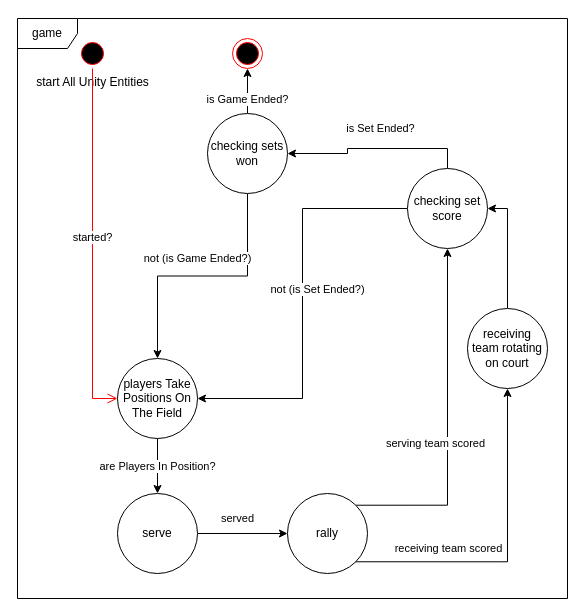
The draw.io diagram Project/Documentation/Diagrams/game.drawio in mikymaione/Folie, before the edit. Source tidied: cells renumbered, new cells numbered last; positions are measured from the earlier drawing's top-left corner, leaving out a move shared by most shapes. Both pictures are drawn from the tidied source at 100%, with x=0, y=0 at pixel (17, 18).
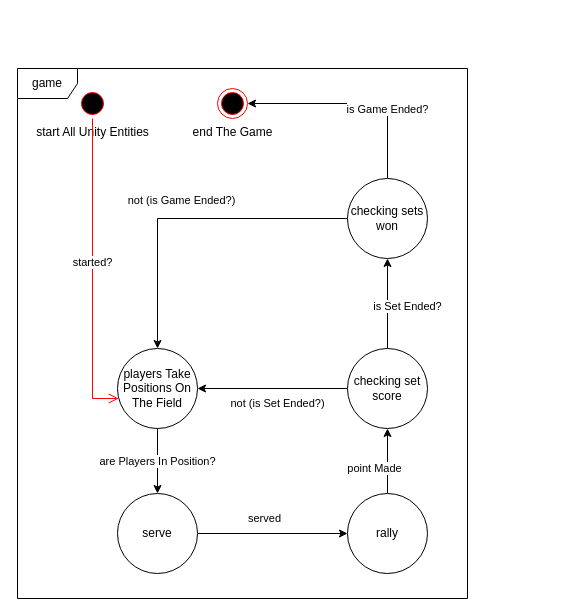
The same diagram, later.

Commit message (it also covers changes not shown here):
modifiche diagrammi

The edit, as a diff of the source:
```diff
@@
     <mxCell id="2" value="game" style="shape=umlFrame;whiteSpace=wrap;html=1;" parent="1" vertex="1">
-      <mxGeometry width="550" height="580" as="geometry" />
+      <mxGeometry y="50" width="450" height="530" as="geometry" />
     </mxCell>
@@
     <mxCell id="5" value="players Take Positions On The Field" style="ellipse;whiteSpace=wrap;html=1;" parent="1" vertex="1">
-      <mxGeometry x="100" y="340" width="80" height="80" as="geometry" />
+      <mxGeometry x="100" y="330" width="80" height="80" as="geometry" />
     </mxCell>
-    <mxCell id="6" value="serving team scored" style="edgeStyle=orthogonalEdgeStyle;rounded=0;jettySize=auto;html=1;exitX=1;exitY=0;exitDx=0;exitDy=0;strokeColor=#000000;entryX=0.5;entryY=1;entryDx=0;entryDy=0;" parent="1" edge="1" source="8" target="16">
-      <mxGeometry x="-0.12" y="12" relative="1" as="geometry" />
-    </mxCell>
-    <mxCell id="7" value="receiving team scored" style="edgeStyle=orthogonalEdgeStyle;rounded=0;jettySize=auto;html=1;exitX=0;exitY=1;exitDx=0;exitDy=0;entryX=0.5;entryY=1;entryDx=0;entryDy=0;strokeColor=#000000;" parent="1" edge="1" source="8" target="10">
+    <mxCell id="7" value="point Made" style="edgeStyle=orthogonalEdgeStyle;rounded=0;jettySize=auto;html=1;strokeColor=#000000;" parent="1" edge="1" source="8" target="16">
       <mxGeometry x="-0.22" y="13" relative="1" as="geometry" />
     </mxCell>
     <mxCell id="8" value="rally" style="ellipse;whiteSpace=wrap;html=1;" parent="1" vertex="1">
-      <mxGeometry x="270" y="475" width="80" height="80" as="geometry" />
+      <mxGeometry x="330" y="475" width="80" height="80" as="geometry" />
     </mxCell>
-    <mxCell id="9" style="edgeStyle=orthogonalEdgeStyle;rounded=0;jettySize=auto;html=1;exitX=0.5;exitY=0;exitDx=0;exitDy=0;entryX=1;entryY=0.5;entryDx=0;entryDy=0;strokeColor=#000000;" parent="1" edge="1" source="10" target="16">
-      <mxGeometry relative="1" as="geometry" />
-    </mxCell>
-    <mxCell id="10" value="receiving team rotating on court" style="ellipse;whiteSpace=wrap;html=1;" parent="1" vertex="1">
-      <mxGeometry x="450" y="290" width="80" height="80" as="geometry" />
-    </mxCell>
-    <mxCell id="11" value="is Game Ended?" style="edgeStyle=orthogonalEdgeStyle;rounded=0;jettySize=auto;html=1;exitX=0.5;exitY=0;exitDx=0;exitDy=0;strokeColor=#000000;" parent="1" edge="1" source="13" target="17">
+    <mxCell id="11" value="is Game Ended?" style="edgeStyle=orthogonalEdgeStyle;rounded=0;jettySize=auto;html=1;exitX=0.5;exitY=0;exitDx=0;exitDy=0;strokeColor=#000000;entryX=1;entryY=0.5;entryDx=0;entryDy=0;" parent="1" edge="1" source="13" target="17">
       <mxGeometry x="-0.36" relative="1" as="geometry" />
     </mxCell>
-    <mxCell id="12" value="not (is Game Ended?)" style="edgeStyle=orthogonalEdgeStyle;rounded=0;jettySize=auto;html=1;exitX=0.5;exitY=1;exitDx=0;exitDy=0;strokeColor=#000000;" parent="1" edge="1" source="13" target="5">
+    <mxCell id="12" value="not (is Game Ended?)" style="edgeStyle=orthogonalEdgeStyle;rounded=0;jettySize=auto;html=1;strokeColor=#000000;" parent="1" edge="1" source="13" target="5">
       <mxGeometry x="0.04" y="-18" relative="1" as="geometry" />
     </mxCell>
     <mxCell id="13" value="checking sets won" style="ellipse;whiteSpace=wrap;html=1;" parent="1" vertex="1">
-      <mxGeometry x="190" y="95" width="80" height="80" as="geometry" />
+      <mxGeometry x="330" y="160" width="80" height="80" as="geometry" />
     </mxCell>
-    <mxCell id="14" value="is Set Ended?" style="edgeStyle=orthogonalEdgeStyle;rounded=0;jettySize=auto;html=1;exitX=0.5;exitY=0;exitDx=0;exitDy=0;entryX=1;entryY=0.5;entryDx=0;entryDy=0;strokeColor=#000000;" parent="1" edge="1" source="16" target="13">
+    <mxCell id="14" value="is Set Ended?" style="edgeStyle=orthogonalEdgeStyle;rounded=0;jettySize=auto;html=1;exitX=0.5;exitY=0;exitDx=0;exitDy=0;strokeColor=#000000;" parent="1" edge="1" source="16" target="13">
       <mxGeometry x="-0.06" y="-20" relative="1" as="geometry" />
     </mxCell>
@@
     <mxCell id="16" value="checking set score" style="ellipse;whiteSpace=wrap;html=1;" parent="1" vertex="1">
-      <mxGeometry x="390" y="150" width="80" height="80" as="geometry" />
+      <mxGeometry x="330" y="330" width="80" height="80" as="geometry" />
     </mxCell>
-    <mxCell id="17" style="ellipse;html=1;shape=endState;fillColor=#000000;strokeColor=#ff0000;" parent="1" vertex="1">
-      <mxGeometry x="215" y="20" width="30" height="30" as="geometry" />
+    <mxCell id="17" value="&lt;br&gt;&lt;br&gt;&lt;br&gt;&lt;br&gt;end The Game" style="ellipse;html=1;shape=endState;fillColor=#000000;strokeColor=#ff0000;" parent="1" vertex="1">
+      <mxGeometry x="200" y="70" width="30" height="30" as="geometry" />
     </mxCell>
     <mxCell id="18" value="&lt;br&gt;&lt;br&gt;&lt;br&gt;&lt;br&gt;start All Unity Entities" style="ellipse;html=1;shape=startState;fillColor=#000000;strokeColor=#ff0000;" parent="1" vertex="1">
-      <mxGeometry x="60" y="20" width="30" height="30" as="geometry" />
+      <mxGeometry x="60" y="70" width="30" height="30" as="geometry" />
     </mxCell>
```
